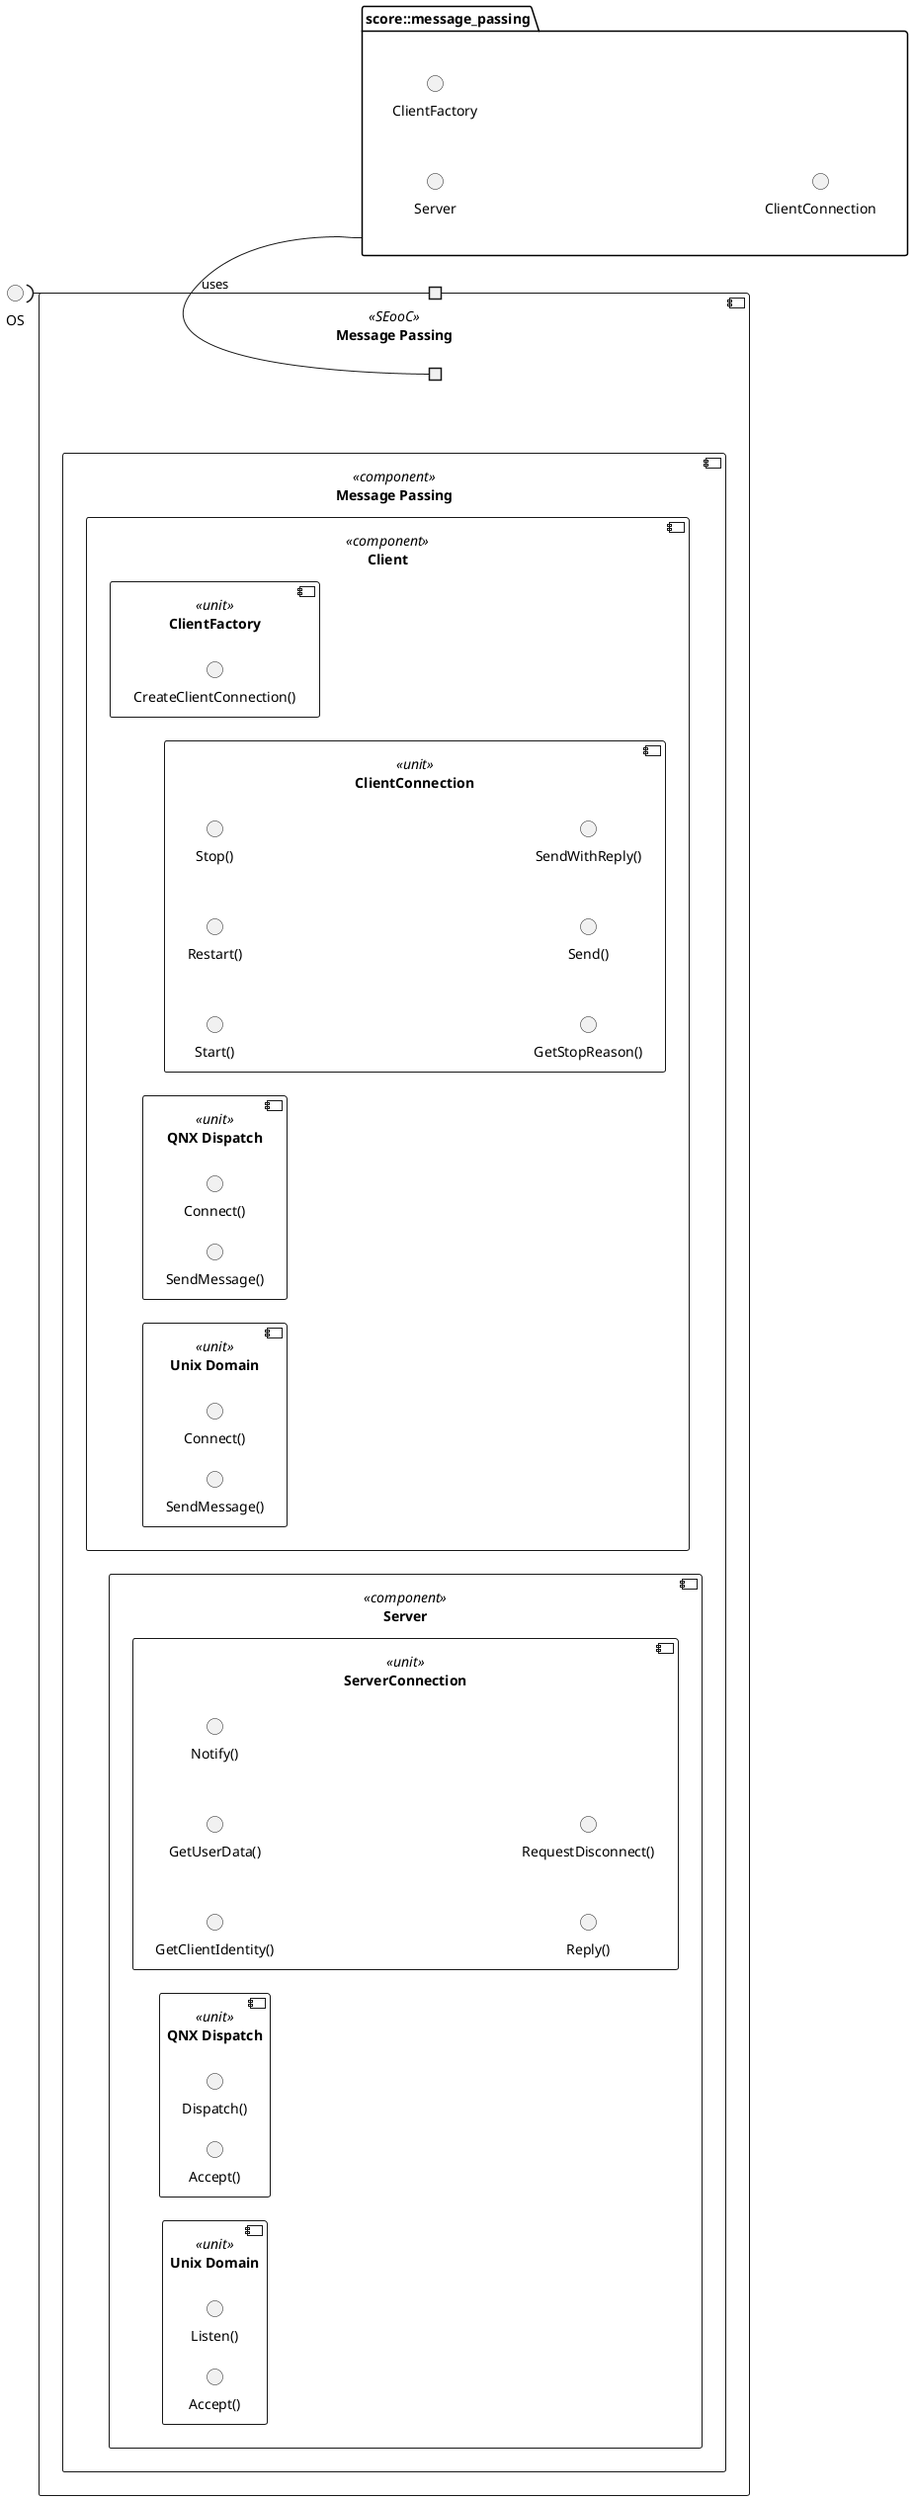
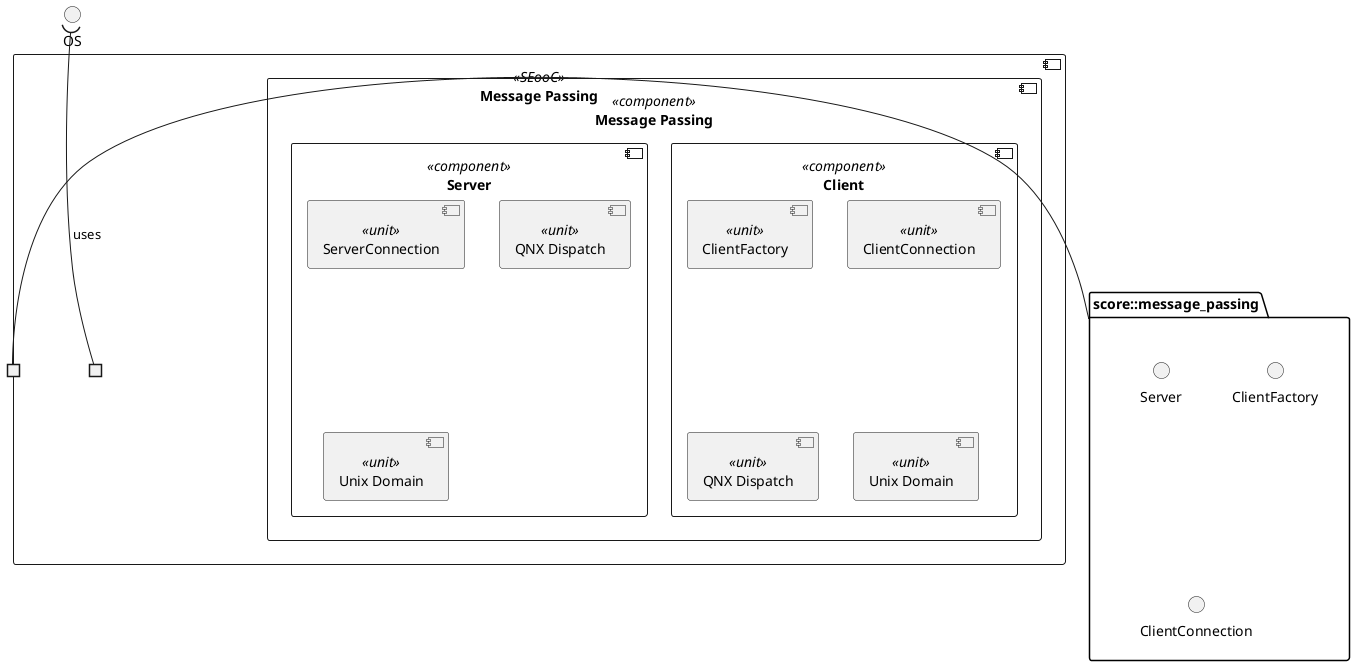
' *******************************************************************************
' Copyright (c) 2026 Contributors to the Eclipse Foundation
'
' See the NOTICE file(s) distributed with this work for additional
' information regarding copyright ownership.
'
' This program and the accompanying materials are made available under the
' terms of the Apache License Version 2.0 which is available at
' https://www.apache.org/licenses/LICENSE-2.0
'
' SPDX-License-Identifier: Apache-2.0
' *******************************************************************************

@startuml

- left to right direction
- 
package "score::message_passing" as message_passing_public_api {
    interface "Server" as api_server
    interface "ClientFactory" as api_client_factory
    interface "ClientConnection" as api_client_connection
}

interface "OS" as os

component "Message Passing" as dependable_element_message_passing <<SEooC>> {

    component "Message Passing" as component_message_passing <<component>> {

        component "Client" as client <<component>> {
-             component "ClientFactory" as client_factory <<unit>> {
-                 interface "CreateClientConnection()" as if_create_conn
-             }
-             component "ClientConnection" as client_connection <<unit>> {
-                 interface "Start()" as if_start
-                 interface "Restart()" as if_restart
-                 interface "Stop()" as if_stop
-                 interface "GetStopReason()" as if_get_stop_reason
-                 interface "Send()" as if_send
-                 interface "SendWithReply()" as if_send_with_reply
-             }
-             component "QNX Dispatch" as client_qnx_dispatch <<unit>> {
-                 interface "Connect()" as if_client_qnx_connect
-                 interface "SendMessage()" as if_client_qnx_send
-             }
-             component "Unix Domain" as client_unix_domain <<unit>> {
-                 interface "Connect()" as if_client_unix_connect
-                 interface "SendMessage()" as if_client_unix_send
-             }
+             component "ClientFactory" as client_factory <<unit>>
+             component "ClientConnection" as client_connection <<unit>>
+             component "QNX Dispatch" as client_qnx_dispatch <<unit>>
+             component "Unix Domain" as client_unix_domain <<unit>>
        }

        component "Server" as server <<component>> {
-             component "ServerConnection" as server_connection <<unit>> {
-                 interface "GetClientIdentity()" as if_get_client_identity
-                 interface "GetUserData()" as if_get_user_data
-                 interface "Notify()" as if_notify
-                 interface "Reply()" as if_reply
-                 interface "RequestDisconnect()" as if_request_disconnect
-             }
-             component "QNX Dispatch" as qnx_dispatch <<unit>> {
-                 interface "Dispatch()" as if_server_qnx_dispatch
-                 interface "Accept()" as if_server_qnx_accept
-             }
-             component "Unix Domain" as unix_domain <<unit>> {
-                 interface "Listen()" as if_server_unix_listen
-                 interface "Accept()" as if_server_unix_accept
-             }
+             component "ServerConnection" as server_connection <<unit>>
+             component "QNX Dispatch" as qnx_dispatch <<unit>>
+             component "Unix Domain" as unix_domain <<unit>>
        }
    }
    portout " " as message_passing_public_api_port
    portout " " as port_os
}

message_passing_public_api -r-() message_passing_public_api_port
port_os -u-( os : uses

@enduml
